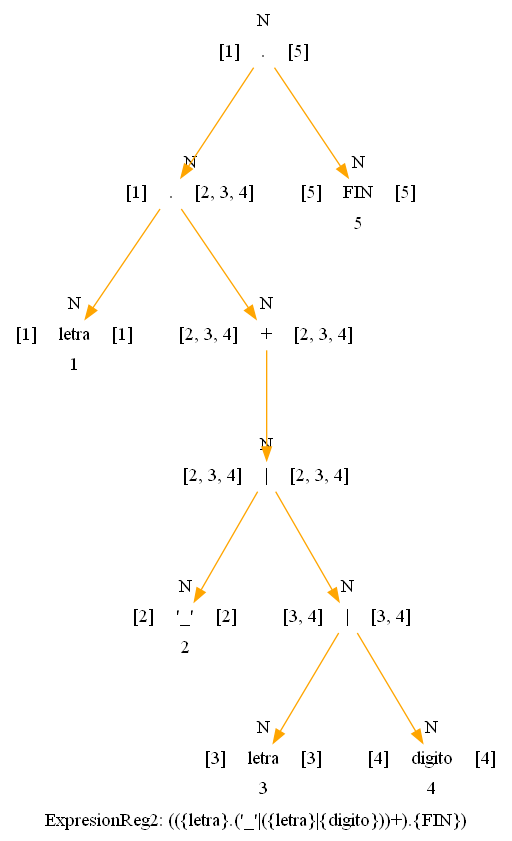
Above: ARBOLES_202004765/Arbol_ExpresionReg2.png in PikaGuty/OLC1_Proyecto1_202004765 (Graphviz), before the change. Its source is kept beside it as ARBOLES_202004765/Arbol_ExpresionReg2.dot. Its diagram source:
```dot
digraph structs {
    node [shape=record];
    label = "ExpresionReg2: (({letra}.('_'|({letra}|{digito}))+).{FIN})";
    Nodo10 [label="{ N |{[1]|<here> . |[5]}| }" color="white"];
    Nodo8 [label="{ N |{[1]|<here> . |[2, 3, 4]}| }" color="white"];
    Nodo1 [label="{ N |{[1]|<here> letra |[1]}| 1}" color="white"];
    Nodo7 [label="{ N |{[2, 3, 4]|<here> + |[2, 3, 4]}| }" color="white"];
    Nodo6 [label="{ N |{[2, 3, 4]|<here> \| |[2, 3, 4]}| }" color="white"];
    Nodo2 [label="{ N |{[2]|<here> '_' |[2]}| 2}" color="white"];
    Nodo5 [label="{ N |{[3, 4]|<here> \| |[3, 4]}| }" color="white"];
    Nodo3 [label="{ N |{[3]|<here> letra |[3]}| 3}" color="white"];
    Nodo4 [label="{ N |{[4]|<here> digito |[4]}| 4}" color="white"];
    Nodo9 [label="{ N |{[5]|<here> FIN |[5]}| 5}" color="white"];
    Nodo10:here -> Nodo8:here [color="orange"];
    Nodo10:here -> Nodo9:here [color="orange"];
    Nodo8:here -> Nodo1:here [color="orange"];
    Nodo8:here -> Nodo7:here [color="orange"];
    Nodo7:here -> Nodo6:here [color="orange"];
    Nodo6:here -> Nodo2:here [color="orange"];
    Nodo6:here -> Nodo5:here [color="orange"];
    Nodo5:here -> Nodo3:here [color="orange"];
    Nodo5:here -> Nodo4:here [color="orange"];
}
```
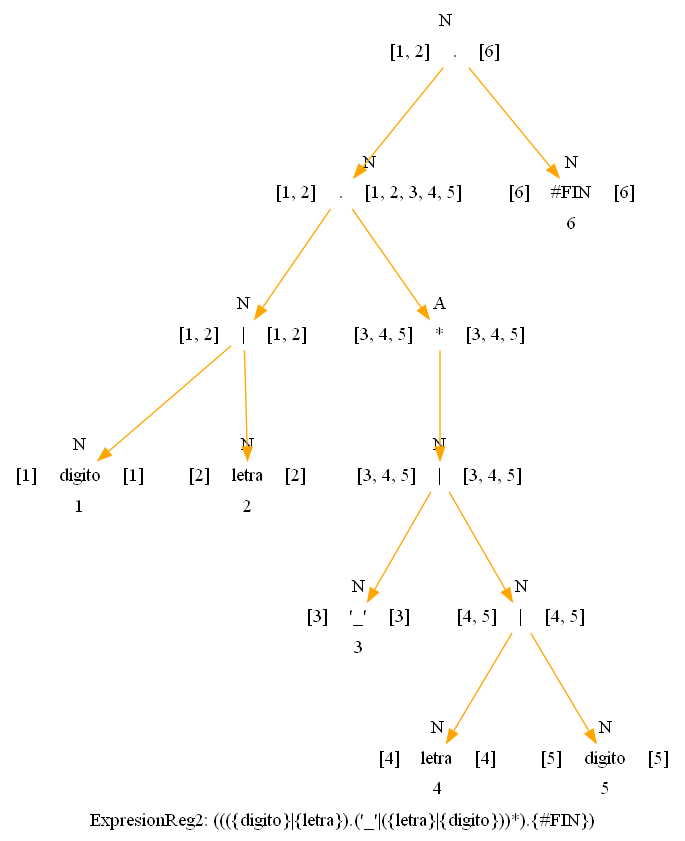
After the change.

Change to the diagram source:
```diff
@@ -1,23 +1,27 @@
 digraph structs {
     node [shape=record];
-    label = "ExpresionReg2: (({letra}.('_'|({letra}|{digito}))+).{FIN})";
-    Nodo10 [label="{ N |{[1]|<here> . |[5]}| }" color="white"];
-    Nodo8 [label="{ N |{[1]|<here> . |[2, 3, 4]}| }" color="white"];
-    Nodo1 [label="{ N |{[1]|<here> letra |[1]}| 1}" color="white"];
-    Nodo7 [label="{ N |{[2, 3, 4]|<here> + |[2, 3, 4]}| }" color="white"];
-    Nodo6 [label="{ N |{[2, 3, 4]|<here> \| |[2, 3, 4]}| }" color="white"];
-    Nodo2 [label="{ N |{[2]|<here> '_' |[2]}| 2}" color="white"];
-    Nodo5 [label="{ N |{[3, 4]|<here> \| |[3, 4]}| }" color="white"];
-    Nodo3 [label="{ N |{[3]|<here> letra |[3]}| 3}" color="white"];
-    Nodo4 [label="{ N |{[4]|<here> digito |[4]}| 4}" color="white"];
-    Nodo9 [label="{ N |{[5]|<here> FIN |[5]}| 5}" color="white"];
-    Nodo10:here -> Nodo8:here [color="orange"];
+    label = "ExpresionReg2: ((({digito}|{letra}).('_'|({letra}|{digito}))*).{#FIN})";
+    Nodo12 [label="{ N |{[1, 2]|<here> . |[6]}| }" color="white"];
+    Nodo10 [label="{ N |{[1, 2]|<here> . |[1, 2, 3, 4, 5]}| }" color="white"];
+    Nodo3 [label="{ N |{[1, 2]|<here> \| |[1, 2]}| }" color="white"];
+    Nodo1 [label="{ N |{[1]|<here> digito |[1]}| 1}" color="white"];
+    Nodo2 [label="{ N |{[2]|<here> letra |[2]}| 2}" color="white"];
+    Nodo9 [label="{ A |{[3, 4, 5]|<here> * |[3, 4, 5]}| }" color="white"];
+    Nodo8 [label="{ N |{[3, 4, 5]|<here> \| |[3, 4, 5]}| }" color="white"];
+    Nodo4 [label="{ N |{[3]|<here> '_' |[3]}| 3}" color="white"];
+    Nodo7 [label="{ N |{[4, 5]|<here> \| |[4, 5]}| }" color="white"];
+    Nodo5 [label="{ N |{[4]|<here> letra |[4]}| 4}" color="white"];
+    Nodo6 [label="{ N |{[5]|<here> digito |[5]}| 5}" color="white"];
+    Nodo11 [label="{ N |{[6]|<here> #FIN |[6]}| 6}" color="white"];
+    Nodo12:here -> Nodo10:here [color="orange"];
+    Nodo12:here -> Nodo11:here [color="orange"];
+    Nodo10:here -> Nodo3:here [color="orange"];
     Nodo10:here -> Nodo9:here [color="orange"];
-    Nodo8:here -> Nodo1:here [color="orange"];
+    Nodo3:here -> Nodo1:here [color="orange"];
+    Nodo3:here -> Nodo2:here [color="orange"];
+    Nodo9:here -> Nodo8:here [color="orange"];
+    Nodo8:here -> Nodo4:here [color="orange"];
     Nodo8:here -> Nodo7:here [color="orange"];
+    Nodo7:here -> Nodo5:here [color="orange"];
     Nodo7:here -> Nodo6:here [color="orange"];
-    Nodo6:here -> Nodo2:here [color="orange"];
-    Nodo6:here -> Nodo5:here [color="orange"];
-    Nodo5:here -> Nodo3:here [color="orange"];
-    Nodo5:here -> Nodo4:here [color="orange"];
 }
```
